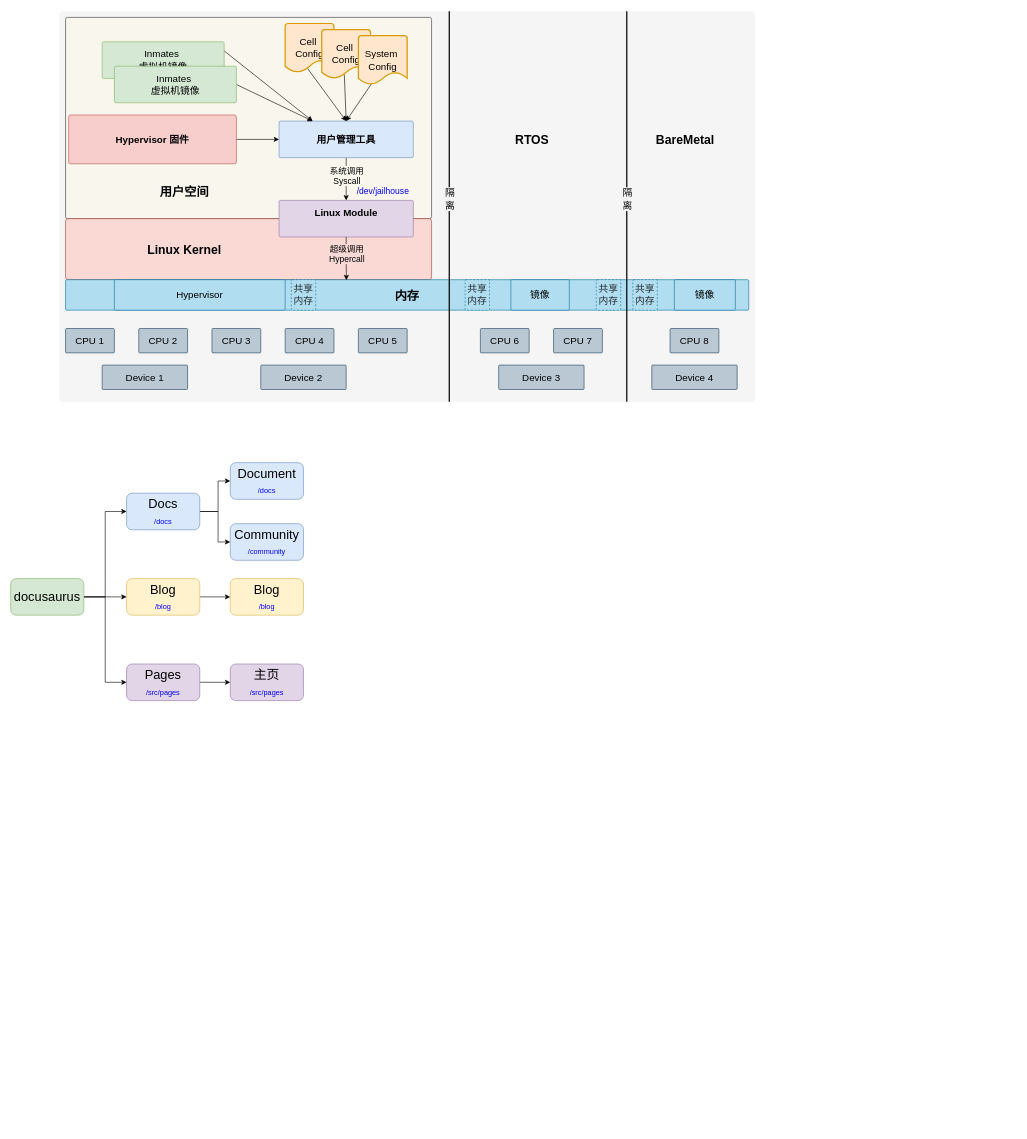
This is page "arch" (1 of 3) of src/infisecos.drawio from qclic/qclic.github.io, a draw.io file, before an edit. Source tidied: cells renumbered, new cells numbered last; positions are measured from the earlier drawing's top-left corner, leaving out a move shared by most shapes. Both pictures are drawn from the tidied source at 61%, with x=0, y=0 at pixel (10, 11).
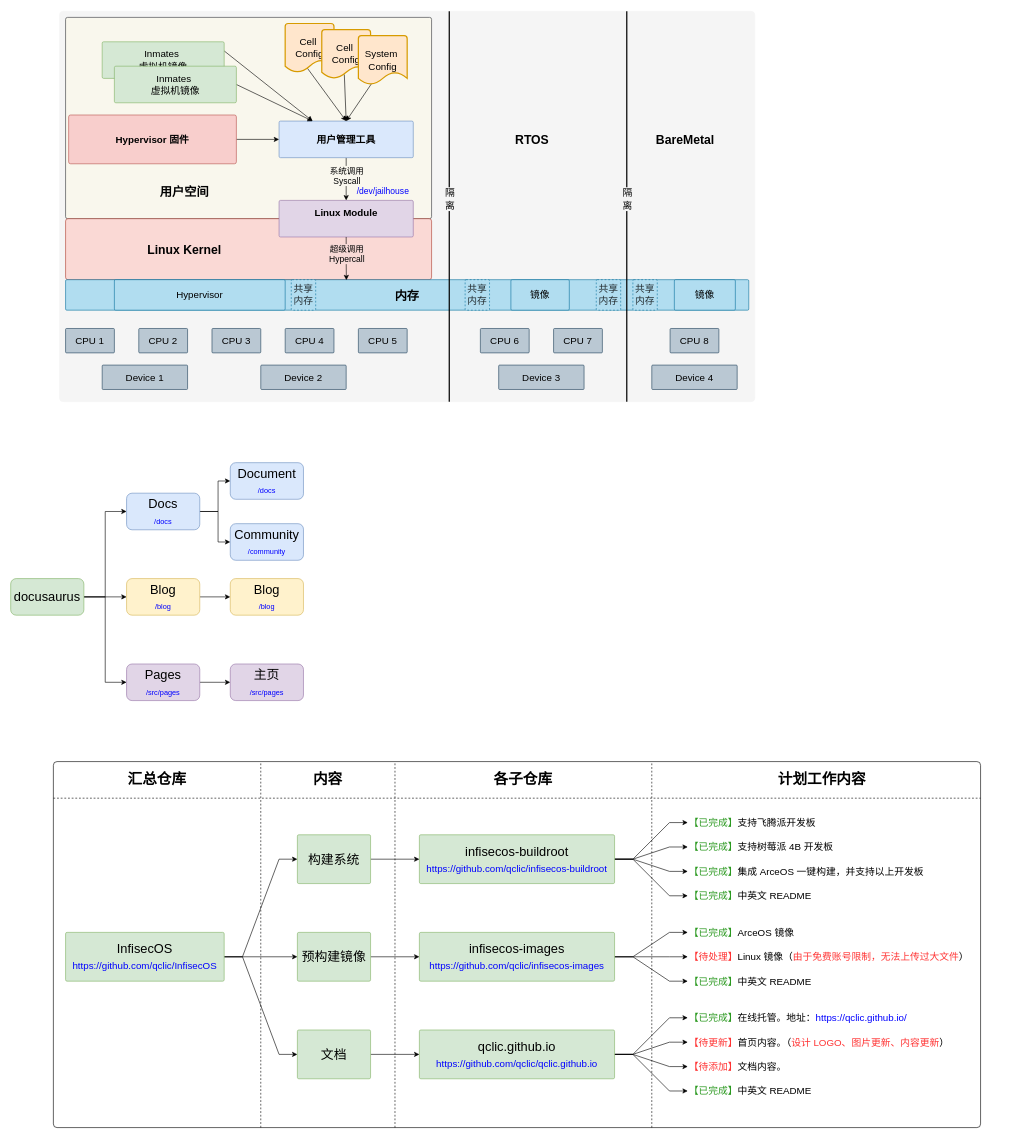
The same page after the edit.

Diff of the diagram source:
```diff
@@
+    <mxCell id="67" style="rounded=1;whiteSpace=wrap;html=1;arcSize=1;fillColor=none;" parent="1" vertex="1">
+      <mxGeometry x="70" y="1230" width="1520" height="600" as="geometry" />
+    </mxCell>
@@
+    <mxCell id="68" style="edgeStyle=entityRelationEdgeStyle;rounded=0;jettySize=auto;html=1;" parent="1" edge="1" source="72" target="100">
+      <mxGeometry relative="1" as="geometry" />
+    </mxCell>
+    <mxCell id="69" style="edgeStyle=entityRelationEdgeStyle;rounded=0;jettySize=auto;html=1;" parent="1" edge="1" source="72" target="101">
+      <mxGeometry relative="1" as="geometry" />
+    </mxCell>
+    <mxCell id="70" style="edgeStyle=entityRelationEdgeStyle;rounded=0;jettySize=auto;html=1;" parent="1" edge="1" source="72" target="99">
+      <mxGeometry relative="1" as="geometry" />
+    </mxCell>
+    <mxCell id="71" style="edgeStyle=entityRelationEdgeStyle;rounded=0;jettySize=auto;html=1;entryX=0;entryY=0.5;entryDx=0;entryDy=0;" parent="1" edge="1" source="72" target="102">
+      <mxGeometry relative="1" as="geometry" />
+    </mxCell>
+    <mxCell id="72" value="qclic.github.io&lt;div&gt;&lt;span style=&quot;color: rgb(0, 0, 255); font-size: 16px; background-color: initial;&quot;&gt;https://github.com/qclic/qclic.github.io&lt;/span&gt;&lt;br&gt;&lt;/div&gt;" style="rounded=1;whiteSpace=wrap;html=1;fontSize=21;fillColor=#d5e8d4;strokeColor=#82b366;arcSize=3;" parent="1" vertex="1">
+      <mxGeometry x="670" y="1670" width="320" height="80" as="geometry" />
+    </mxCell>
+    <mxCell id="73" style="edgeStyle=entityRelationEdgeStyle;rounded=0;jettySize=auto;html=1;" parent="1" edge="1" source="76" target="97">
+      <mxGeometry relative="1" as="geometry" />
+    </mxCell>
+    <mxCell id="74" style="edgeStyle=entityRelationEdgeStyle;rounded=0;jettySize=auto;html=1;" parent="1" edge="1" source="76" target="98">
+      <mxGeometry relative="1" as="geometry" />
+    </mxCell>
+    <mxCell id="75" style="edgeStyle=entityRelationEdgeStyle;rounded=0;jettySize=auto;html=1;" parent="1" edge="1" source="76" target="96">
+      <mxGeometry relative="1" as="geometry" />
+    </mxCell>
+    <mxCell id="76" value="&lt;div&gt;infisecos-images&lt;/div&gt;&lt;div&gt;&lt;font color=&quot;#0000ff&quot;&gt;&lt;span style=&quot;font-size: 16px;&quot;&gt;https://github.com/qclic/infisecos-images&lt;/span&gt;&lt;/font&gt;&lt;br&gt;&lt;/div&gt;" style="rounded=1;whiteSpace=wrap;html=1;fontSize=21;fillColor=#d5e8d4;strokeColor=#82b366;arcSize=3;" parent="1" vertex="1">
+      <mxGeometry x="670" y="1510" width="320" height="80" as="geometry" />
+    </mxCell>
+    <mxCell id="77" style="edgeStyle=entityRelationEdgeStyle;rounded=0;jettySize=auto;html=1;" parent="1" edge="1" source="81" target="92">
+      <mxGeometry relative="1" as="geometry" />
+    </mxCell>
+    <mxCell id="78" style="edgeStyle=entityRelationEdgeStyle;rounded=0;jettySize=auto;html=1;" parent="1" edge="1" source="81" target="93">
+      <mxGeometry relative="1" as="geometry" />
+    </mxCell>
+    <mxCell id="79" style="edgeStyle=entityRelationEdgeStyle;rounded=0;jettySize=auto;html=1;" parent="1" edge="1" source="81" target="95">
+      <mxGeometry relative="1" as="geometry" />
+    </mxCell>
+    <mxCell id="80" style="edgeStyle=entityRelationEdgeStyle;rounded=0;jettySize=auto;html=1;" parent="1" edge="1" source="81" target="94">
+      <mxGeometry relative="1" as="geometry" />
+    </mxCell>
+    <mxCell id="81" value="&lt;div&gt;infisecos-buildroot&lt;br&gt;&lt;/div&gt;&lt;div&gt;&lt;font color=&quot;#0000ff&quot;&gt;&lt;span style=&quot;font-size: 16px;&quot;&gt;https://github.com/qclic/infisecos-buildroot&lt;/span&gt;&lt;/font&gt;&lt;br&gt;&lt;/div&gt;" style="rounded=1;whiteSpace=wrap;html=1;fontSize=21;fillColor=#d5e8d4;strokeColor=#82b366;arcSize=3;" parent="1" vertex="1">
+      <mxGeometry x="670" y="1350" width="320" height="80" as="geometry" />
+    </mxCell>
+    <mxCell id="82" style="edgeStyle=entityRelationEdgeStyle;rounded=0;jettySize=auto;html=1;entryX=0;entryY=0.5;entryDx=0;entryDy=0;" parent="1" edge="1" source="85" target="87">
+      <mxGeometry relative="1" as="geometry" />
+    </mxCell>
+    <mxCell id="83" style="edgeStyle=orthogonalEdgeStyle;rounded=0;jettySize=auto;html=1;" parent="1" edge="1" source="85" target="89">
+      <mxGeometry relative="1" as="geometry" />
+    </mxCell>
+    <mxCell id="84" style="edgeStyle=entityRelationEdgeStyle;rounded=0;jettySize=auto;html=1;entryX=0;entryY=0.5;entryDx=0;entryDy=0;" parent="1" edge="1" source="85" target="91">
+      <mxGeometry relative="1" as="geometry" />
+    </mxCell>
+    <mxCell id="85" value="&lt;div&gt;InfisecOS&lt;/div&gt;&lt;div&gt;&lt;font color=&quot;#0000ff&quot;&gt;&lt;span style=&quot;font-size: 16px;&quot;&gt;https://github.com/qclic/InfisecOS&lt;/span&gt;&lt;/font&gt;&lt;br&gt;&lt;/div&gt;" style="rounded=1;whiteSpace=wrap;html=1;fontSize=21;fillColor=#d5e8d4;strokeColor=#82b366;arcSize=3;" parent="1" vertex="1">
+      <mxGeometry x="90" y="1510" width="260" height="80" as="geometry" />
+    </mxCell>
+    <mxCell id="86" style="edgeStyle=orthogonalEdgeStyle;rounded=0;jettySize=auto;html=1;" parent="1" edge="1" source="87" target="81">
+      <mxGeometry relative="1" as="geometry" />
+    </mxCell>
+    <mxCell id="87" value="&lt;div&gt;构建系统&lt;/div&gt;" style="rounded=1;whiteSpace=wrap;html=1;fontSize=21;fillColor=#d5e8d4;strokeColor=#82b366;arcSize=3;" parent="1" vertex="1">
+      <mxGeometry x="470" y="1350" width="120" height="80" as="geometry" />
+    </mxCell>
+    <mxCell id="88" style="edgeStyle=orthogonalEdgeStyle;rounded=0;jettySize=auto;html=1;" parent="1" edge="1" source="89" target="76">
+      <mxGeometry relative="1" as="geometry" />
+    </mxCell>
+    <mxCell id="89" value="&lt;div&gt;预构建镜像&lt;/div&gt;" style="rounded=1;whiteSpace=wrap;html=1;fontSize=21;fillColor=#d5e8d4;strokeColor=#82b366;arcSize=3;" parent="1" vertex="1">
+      <mxGeometry x="470" y="1510" width="120" height="80" as="geometry" />
+    </mxCell>
+    <mxCell id="90" style="edgeStyle=orthogonalEdgeStyle;rounded=0;jettySize=auto;html=1;" parent="1" edge="1" source="91" target="72">
+      <mxGeometry relative="1" as="geometry" />
+    </mxCell>
+    <mxCell id="91" value="&lt;div&gt;文档&lt;/div&gt;" style="rounded=1;whiteSpace=wrap;html=1;fontSize=21;fillColor=#d5e8d4;strokeColor=#82b366;arcSize=3;" parent="1" vertex="1">
+      <mxGeometry x="470" y="1670" width="120" height="80" as="geometry" />
+    </mxCell>
+    <mxCell id="92" value="&lt;font color=&quot;#2b9920&quot;&gt;【已完成】&lt;/font&gt;支持飞腾派开发板" style="text;html=1;align=left;verticalAlign=middle;whiteSpace=wrap;rounded=0;fontSize=16;" parent="1" vertex="1">
+      <mxGeometry x="1110" y="1310" width="240" height="40" as="geometry" />
+    </mxCell>
+    <mxCell id="93" value="&lt;font color=&quot;#2b9920&quot;&gt;【已完成】&lt;/font&gt;支持树莓派 4B 开发板" style="text;html=1;align=left;verticalAlign=middle;whiteSpace=wrap;rounded=0;fontSize=16;" parent="1" vertex="1">
+      <mxGeometry x="1110" y="1350" width="250" height="40" as="geometry" />
+    </mxCell>
+    <mxCell id="94" value="&lt;font color=&quot;#2b9920&quot;&gt;【已完成】&lt;/font&gt;中英文 README" style="text;html=1;align=left;verticalAlign=middle;whiteSpace=wrap;rounded=0;fontSize=16;" parent="1" vertex="1">
+      <mxGeometry x="1110" y="1430" width="210.8" height="40" as="geometry" />
+    </mxCell>
+    <mxCell id="95" value="&lt;font color=&quot;#2b9920&quot;&gt;【已完成】&lt;/font&gt;集成 ArceOS 一键构建，并支持以上开发板" style="text;html=1;align=left;verticalAlign=middle;whiteSpace=wrap;rounded=0;fontSize=16;" parent="1" vertex="1">
+      <mxGeometry x="1110" y="1390" width="400" height="40" as="geometry" />
+    </mxCell>
+    <mxCell id="96" value="&lt;font color=&quot;#2b9920&quot;&gt;【已完成】&lt;/font&gt;中英文 README" style="text;html=1;align=left;verticalAlign=middle;whiteSpace=wrap;rounded=0;fontSize=16;" parent="1" vertex="1">
+      <mxGeometry x="1110" y="1570" width="210" height="40" as="geometry" />
+    </mxCell>
+    <mxCell id="97" value="&lt;font color=&quot;#2b9920&quot;&gt;【已完成】&lt;/font&gt;ArceOS 镜像" style="text;html=1;align=left;verticalAlign=middle;whiteSpace=wrap;rounded=0;fontSize=16;" parent="1" vertex="1">
+      <mxGeometry x="1110" y="1490" width="210" height="40" as="geometry" />
+    </mxCell>
+    <mxCell id="98" value="&lt;font color=&quot;#ff3333&quot;&gt;【待处理】&lt;/font&gt;Linux 镜像（&lt;font color=&quot;#ff3333&quot;&gt;由于免费账号限制，无法上传过大文件&lt;/font&gt;）" style="text;html=1;align=left;verticalAlign=middle;whiteSpace=wrap;rounded=0;fontSize=16;" parent="1" vertex="1">
+      <mxGeometry x="1110" y="1530" width="539.2" height="40" as="geometry" />
+    </mxCell>
+    <mxCell id="99" value="&lt;font color=&quot;#2b9920&quot;&gt;【已完成】&lt;/font&gt;中英文 README" style="text;html=1;align=left;verticalAlign=middle;whiteSpace=wrap;rounded=0;fontSize=16;" parent="1" vertex="1">
+      <mxGeometry x="1110" y="1750" width="280" height="40" as="geometry" />
+    </mxCell>
+    <mxCell id="100" value="&lt;font color=&quot;#ff3333&quot;&gt;【待更新】&lt;/font&gt;首页内容。（&lt;font color=&quot;#ff3333&quot;&gt;设计 LOGO、图片更新、内容更新&lt;/font&gt;）" style="text;html=1;align=left;verticalAlign=middle;whiteSpace=wrap;rounded=0;fontSize=16;" parent="1" vertex="1">
+      <mxGeometry x="1110" y="1670" width="440.8" height="40" as="geometry" />
+    </mxCell>
+    <mxCell id="101" value="&lt;font color=&quot;#ff3333&quot;&gt;【待添加】&lt;/font&gt;文档内容。" style="text;html=1;align=left;verticalAlign=middle;whiteSpace=wrap;rounded=0;fontSize=16;" parent="1" vertex="1">
+      <mxGeometry x="1110" y="1710" width="430" height="40" as="geometry" />
+    </mxCell>
+    <mxCell id="102" value="&lt;font color=&quot;#2b9920&quot;&gt;【已完成】&lt;/font&gt;在线托管。地址：&lt;font color=&quot;#0000ff&quot;&gt;https://qclic.github.io/&lt;/font&gt;" style="text;html=1;align=left;verticalAlign=middle;whiteSpace=wrap;rounded=0;fontSize=16;" parent="1" vertex="1">
+      <mxGeometry x="1110" y="1630" width="420.8" height="40" as="geometry" />
+    </mxCell>
+    <mxCell id="103" style="endArrow=none;dashed=1;html=1;rounded=0;" parent="1" edge="1">
+      <mxGeometry relative="1" as="geometry">
+        <mxPoint x="410" y="1830" as="sourcePoint" />
+        <mxPoint x="410" y="1230" as="targetPoint" />
+      </mxGeometry>
+    </mxCell>
+    <mxCell id="104" style="endArrow=none;dashed=1;html=1;rounded=0;" parent="1" edge="1">
+      <mxGeometry relative="1" as="geometry">
+        <mxPoint x="630" y="1830" as="sourcePoint" />
+        <mxPoint x="630" y="1230" as="targetPoint" />
+      </mxGeometry>
+    </mxCell>
+    <mxCell id="105" style="endArrow=none;dashed=1;html=1;rounded=0;" parent="1" edge="1">
+      <mxGeometry relative="1" as="geometry">
+        <mxPoint x="1051" y="1830" as="sourcePoint" />
+        <mxPoint x="1051" y="1230" as="targetPoint" />
+      </mxGeometry>
+    </mxCell>
+    <mxCell id="106" style="endArrow=none;dashed=1;html=1;rounded=0;" parent="1" edge="1">
+      <mxGeometry relative="1" as="geometry">
+        <mxPoint x="70" y="1290" as="sourcePoint" />
+        <mxPoint x="1590" y="1290" as="targetPoint" />
+      </mxGeometry>
+    </mxCell>
+    <mxCell id="107" value="汇总仓库" style="text;html=1;align=center;verticalAlign=middle;whiteSpace=wrap;rounded=0;fontStyle=1;fontSize=24;" parent="1" vertex="1">
+      <mxGeometry x="150" y="1230" width="180" height="60" as="geometry" />
+    </mxCell>
+    <mxCell id="108" value="内容" style="text;html=1;align=center;verticalAlign=middle;whiteSpace=wrap;rounded=0;fontStyle=1;fontSize=24;" parent="1" vertex="1">
+      <mxGeometry x="430" y="1230" width="180" height="60" as="geometry" />
+    </mxCell>
+    <mxCell id="109" value="各子仓库" style="text;html=1;align=center;verticalAlign=middle;whiteSpace=wrap;rounded=0;fontStyle=1;fontSize=24;" parent="1" vertex="1">
+      <mxGeometry x="750" y="1230" width="180" height="60" as="geometry" />
+    </mxCell>
+    <mxCell id="110" value="计划工作内容" style="text;html=1;align=center;verticalAlign=middle;whiteSpace=wrap;rounded=0;fontStyle=1;fontSize=24;" parent="1" vertex="1">
+      <mxGeometry x="1240.4" y="1230" width="180" height="60" as="geometry" />
+    </mxCell>
```
